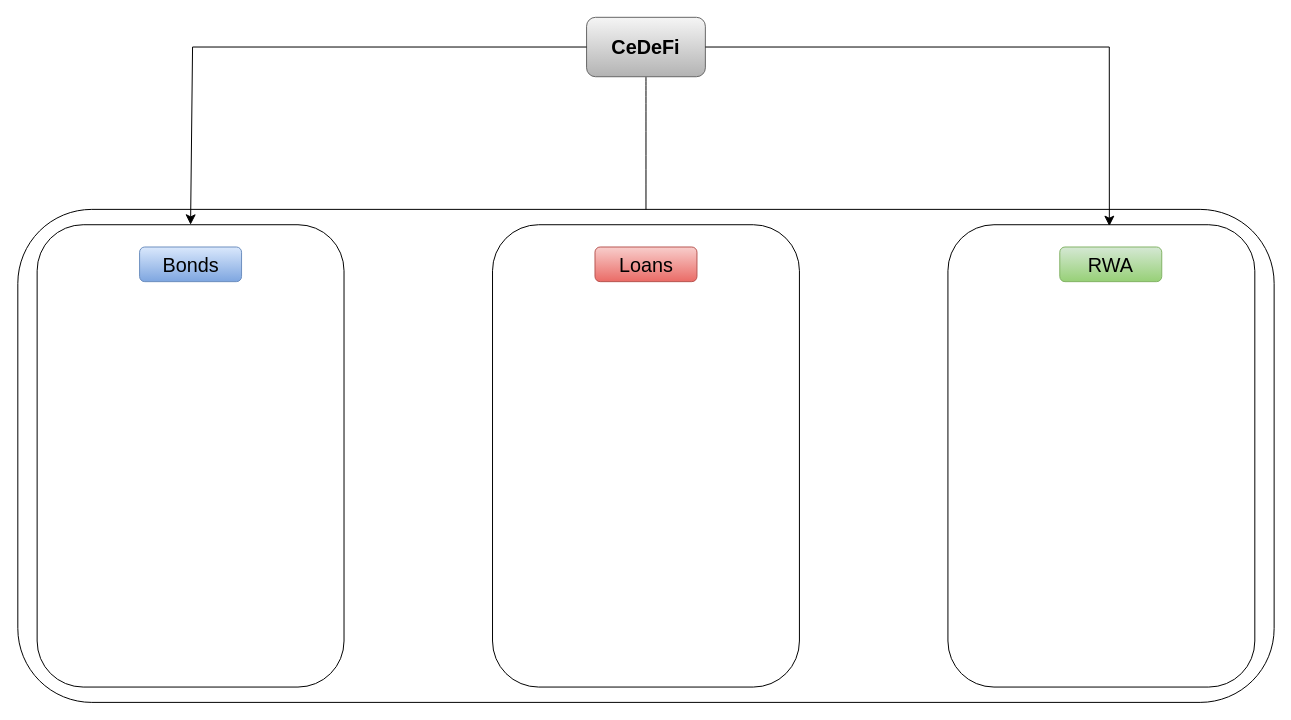
Edoumou/drawings keeps this draw.io diagram as cedefi.drawio. Above is the earlier version. Source tidied: cells renumbered, new cells numbered last; positions are measured from the earlier drawing's top-left corner, leaving out a move shared by most shapes. Both pictures are drawn from the tidied source at 99%, with x=0, y=0 at pixel (18, 17).
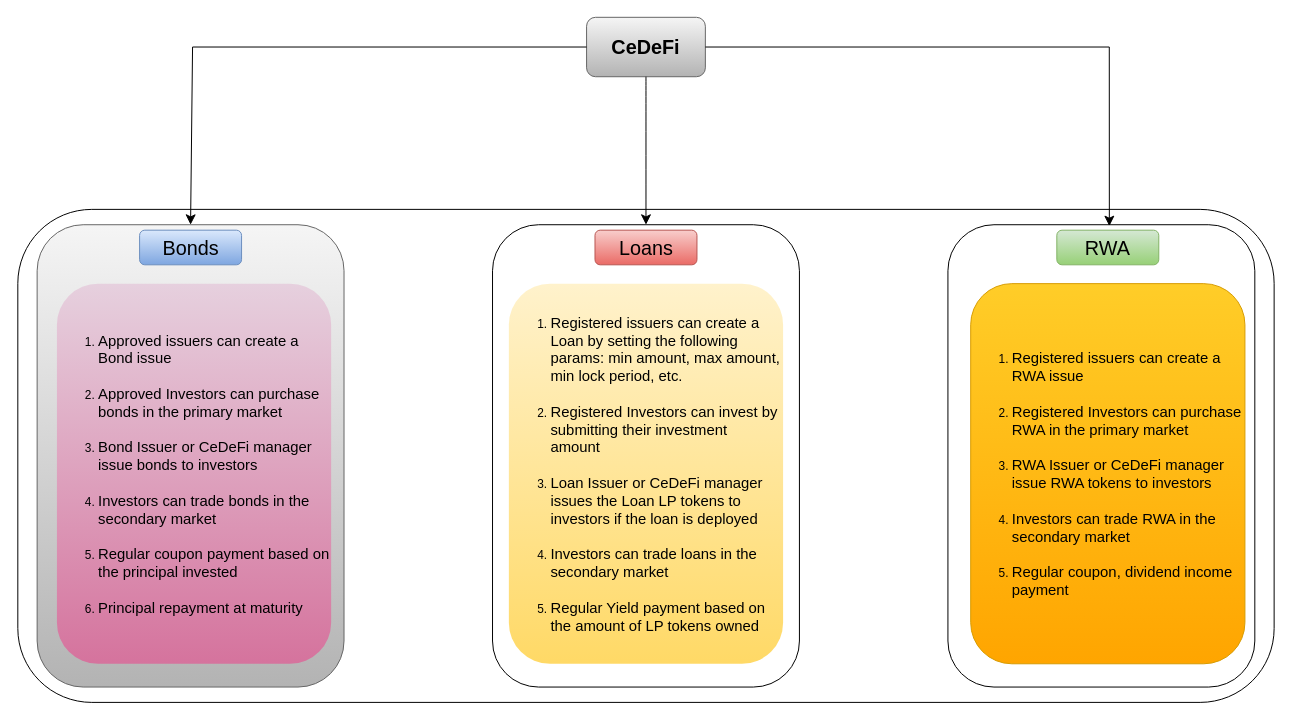
The same page after the edit.

Change to the diagram source:
```diff
@@
 <mxGraphModel>
   <root>
     <mxCell id="0" />
     <mxCell id="1" parent="0" />
-    <mxCell id="2" style="edgeStyle=none;curved=1;rounded=0;jettySize=auto;html=1;fontSize=12;startSize=8;endSize=8;" parent="1" edge="1" source="3" target="6">
-      <mxGeometry relative="1" as="geometry" />
-    </mxCell>
     <mxCell id="3" value="&lt;font style=&quot;font-size: 20px;&quot;&gt;&lt;b&gt;CeDeFi&lt;/b&gt;&lt;/font&gt;" style="rounded=1;whiteSpace=wrap;html=1;fillColor=#f5f5f5;gradientColor=#b3b3b3;strokeColor=#666666;" parent="1" vertex="1">
       <mxGeometry x="574" width="120" height="60" as="geometry" />
     </mxCell>
     <mxCell id="4" style="rounded=1;whiteSpace=wrap;html=1;" parent="1" vertex="1">
       <mxGeometry x="-0.5" y="194" width="1269" height="498" as="geometry" />
     </mxCell>
-    <mxCell id="5" style="rounded=1;whiteSpace=wrap;html=1;" parent="1" vertex="1">
+    <mxCell id="5" style="rounded=1;whiteSpace=wrap;html=1;fillColor=#f5f5f5;gradientColor=#b3b3b3;strokeColor=#666666;" parent="1" vertex="1">
       <mxGeometry x="19" y="209.5" width="310" height="467" as="geometry" />
     </mxCell>
     <mxCell id="6" style="rounded=1;whiteSpace=wrap;html=1;" parent="1" vertex="1">
       <mxGeometry x="479" y="209.5" width="310" height="467" as="geometry" />
     </mxCell>
     <mxCell id="7" style="rounded=1;whiteSpace=wrap;html=1;" parent="1" vertex="1">
       <mxGeometry x="939" y="209.5" width="310" height="467" as="geometry" />
     </mxCell>
     <mxCell id="8" style="edgeStyle=none;curved=0;rounded=0;jettySize=auto;html=1;entryX=0.526;entryY=0.003;entryDx=0;entryDy=0;entryPerimeter=0;fontSize=12;startSize=8;endSize=8;exitX=1;exitY=0.5;exitDx=0;exitDy=0;" parent="1" edge="1" source="3" target="7">
       <mxGeometry relative="1" as="geometry">
         <Array as="points">
           <mxPoint x="1102" y="30" />
         </Array>
       </mxGeometry>
     </mxCell>
     <mxCell id="9" style="edgeStyle=none;curved=0;rounded=0;jettySize=auto;html=1;exitX=0;exitY=0.5;exitDx=0;exitDy=0;entryX=0.5;entryY=0;entryDx=0;entryDy=0;fontSize=12;startSize=8;endSize=8;" parent="1" edge="1" source="3" target="5">
       <mxGeometry relative="1" as="geometry">
         <Array as="points">
           <mxPoint x="176" y="30" />
         </Array>
       </mxGeometry>
     </mxCell>
     <mxCell id="10" value="&lt;font style=&quot;font-size: 20px;&quot;&gt;Bonds&lt;/font&gt;" style="rounded=1;whiteSpace=wrap;html=1;fillColor=#dae8fc;gradientColor=#7ea6e0;strokeColor=#6c8ebf;" parent="1" vertex="1">
-      <mxGeometry x="122.5" y="232" width="103" height="35" as="geometry" />
+      <mxGeometry x="122.5" y="215" width="103" height="35" as="geometry" />
     </mxCell>
     <mxCell id="11" value="&lt;font style=&quot;font-size: 20px;&quot;&gt;Loans&lt;/font&gt;" style="rounded=1;whiteSpace=wrap;html=1;fillColor=#f8cecc;gradientColor=#ea6b66;strokeColor=#b85450;" parent="1" vertex="1">
-      <mxGeometry x="582.5" y="232" width="103" height="35" as="geometry" />
+      <mxGeometry x="582.5" y="215" width="103" height="35" as="geometry" />
     </mxCell>
     <mxCell id="12" value="&lt;font style=&quot;font-size: 20px;&quot;&gt;RWA&lt;/font&gt;" style="rounded=1;whiteSpace=wrap;html=1;fillColor=#d5e8d4;gradientColor=#97d077;strokeColor=#82b366;" parent="1" vertex="1">
-      <mxGeometry x="1052" y="232" width="103" height="35" as="geometry" />
+      <mxGeometry x="1049" y="215" width="103" height="35" as="geometry" />
     </mxCell>
+    <mxCell id="13" value="&lt;ol&gt;&lt;li&gt;&lt;font style=&quot;font-size: 15px;&quot;&gt;Approved issuers can create a Bond issue&lt;br&gt;&lt;br&gt;&lt;/font&gt;&lt;/li&gt;&lt;li&gt;&lt;font style=&quot;font-size: 15px;&quot;&gt;Approved Investors can purchase bonds in the primary market&lt;br&gt;&lt;br&gt;&lt;/font&gt;&lt;/li&gt;&lt;li&gt;&lt;font style=&quot;font-size: 15px;&quot;&gt;Bond Issuer or CeDeFi manager issue bonds to investors&lt;br&gt;&lt;br&gt;&lt;/font&gt;&lt;/li&gt;&lt;li&gt;&lt;font style=&quot;font-size: 15px;&quot;&gt;Investors can trade bonds in the secondary market&lt;br&gt;&lt;br&gt;&lt;/font&gt;&lt;/li&gt;&lt;li&gt;&lt;font style=&quot;font-size: 15px;&quot;&gt;Regular coupon payment based on the principal invested&lt;br&gt;&lt;br&gt;&lt;/font&gt;&lt;/li&gt;&lt;li&gt;&lt;font style=&quot;font-size: 15px;&quot;&gt;Principal repayment at maturity&lt;/font&gt;&lt;/li&gt;&lt;/ol&gt;" style="rounded=1;whiteSpace=wrap;html=1;align=left;strokeColor=none;fillColor=#e6d0de;gradientColor=#d5739d;" parent="1" vertex="1">
+      <mxGeometry x="39" y="269" width="277" height="384" as="geometry" />
+    </mxCell>
+    <mxCell id="14" value="&lt;ol&gt;&lt;li&gt;&lt;font style=&quot;font-size: 15px;&quot;&gt;Registered issuers can create a Loan by setting the following params: min amount, max amount, min lock period, etc.&lt;br&gt;&lt;br&gt;&lt;/font&gt;&lt;/li&gt;&lt;li&gt;&lt;font style=&quot;font-size: 15px;&quot;&gt;Registered Investors can invest by submitting their investment amount&amp;nbsp;&lt;br&gt;&lt;br&gt;&lt;/font&gt;&lt;/li&gt;&lt;li&gt;&lt;font style=&quot;font-size: 15px;&quot;&gt;Loan Issuer or CeDeFi manager issues the Loan LP tokens to investors if the loan is deployed&lt;br&gt;&lt;br&gt;&lt;/font&gt;&lt;/li&gt;&lt;li&gt;&lt;font style=&quot;font-size: 15px;&quot;&gt;Investors can trade loans in the secondary market&lt;br&gt;&lt;br&gt;&lt;/font&gt;&lt;/li&gt;&lt;li&gt;&lt;font style=&quot;font-size: 15px;&quot;&gt;Regular Yield payment based on the amount of LP tokens owned&lt;br&gt;&lt;/font&gt;&lt;/li&gt;&lt;/ol&gt;" style="rounded=1;whiteSpace=wrap;html=1;align=left;fillColor=#fff2cc;gradientColor=#ffd966;strokeColor=none;" parent="1" vertex="1">
+      <mxGeometry x="495.5" y="269" width="277" height="384" as="geometry" />
+    </mxCell>
+    <mxCell id="2" style="edgeStyle=none;curved=1;rounded=0;jettySize=auto;html=1;fontSize=12;startSize=8;endSize=8;" parent="1" edge="1" source="3" target="6">
+      <mxGeometry relative="1" as="geometry" />
+    </mxCell>
+    <mxCell id="15" value="&lt;ol&gt;&lt;li&gt;&lt;font style=&quot;font-size: 15px;&quot;&gt;Registered issuers can create a RWA issue&lt;br&gt;&lt;br&gt;&lt;/font&gt;&lt;/li&gt;&lt;li&gt;&lt;font style=&quot;font-size: 15px;&quot;&gt;Registered Investors can purchase RWA in the primary market&lt;br&gt;&lt;br&gt;&lt;/font&gt;&lt;/li&gt;&lt;li&gt;&lt;font style=&quot;font-size: 15px;&quot;&gt;RWA Issuer or CeDeFi manager issue RWA tokens to investors&lt;br&gt;&lt;br&gt;&lt;/font&gt;&lt;/li&gt;&lt;li&gt;&lt;font style=&quot;font-size: 15px;&quot;&gt;Investors can trade RWA in the secondary market&lt;br&gt;&lt;br&gt;&lt;/font&gt;&lt;/li&gt;&lt;li&gt;&lt;font style=&quot;font-size: 15px;&quot;&gt;Regular coupon, dividend income payment&lt;/font&gt;&lt;/li&gt;&lt;/ol&gt;" style="rounded=1;whiteSpace=wrap;html=1;align=left;fillColor=#ffcd28;gradientColor=#ffa500;strokeColor=#d79b00;" parent="1" vertex="1">
+      <mxGeometry x="962" y="269" width="277" height="384" as="geometry" />
+    </mxCell>
   </root>
 </mxGraphModel>
```
